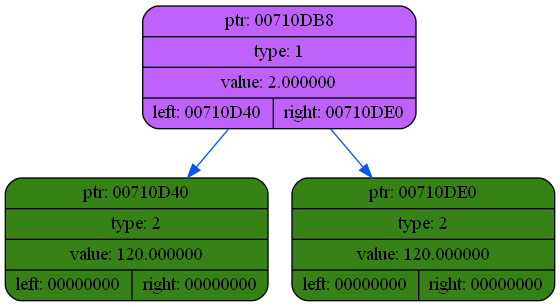
Earlier version of the Graphviz export dump/dump2.png (coffee8cat/differentiator). Its source is kept beside it as dump/dump2.dot.
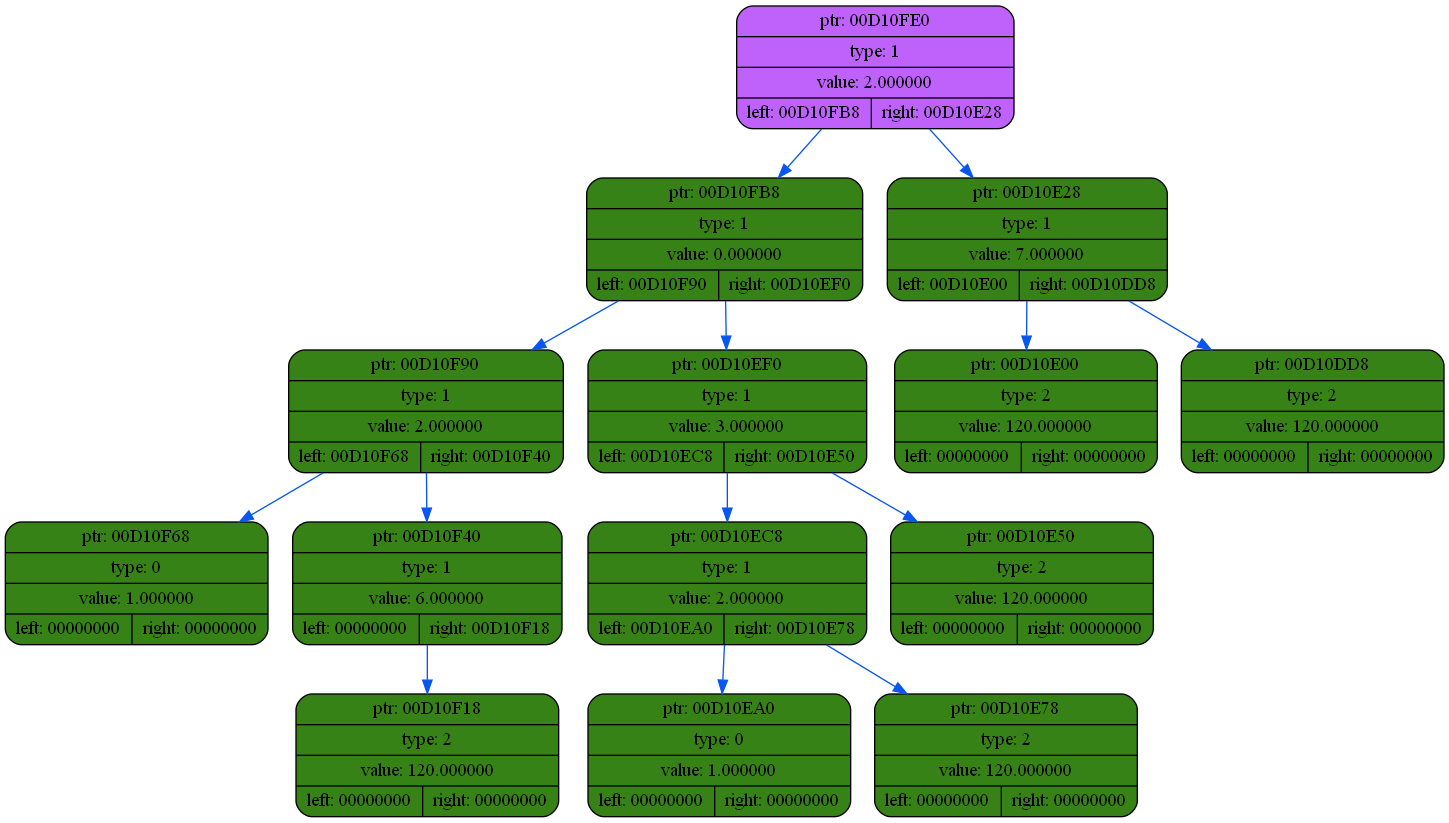
After the commit.

Change to the diagram source:
```diff
@@ -2,9 +2,31 @@
 {
     rankdir=TP
 
-        node00710DB8[shape=record,style="rounded,filled",fillcolor="#BF62FC",label="{ ptr: 00710DB8 | type: 1 | value: 2.000000| { left: 00710D40 | right: 00710DE0 }}"];
-    node00710DB8 -> node00710D40[color="#0855F0"]
-    node00710D40[shape=record,style="rounded,filled",fillcolor="#378217",label="{ ptr: 00710D40 | type: 2 | value: 120.000000| { left: 00000000 | right: 00000000 }}"];
-    node00710DB8 -> node00710DE0[color="#0855F0"]
-    node00710DE0[shape=record,style="rounded,filled",fillcolor="#378217",label="{ ptr: 00710DE0 | type: 2 | value: 120.000000| { left: 00000000 | right: 00000000 }}"];
+        node00D10FE0[shape=record,style="rounded,filled",fillcolor="#BF62FC",label="{ ptr: 00D10FE0 | type: 1 | value: 2.000000| { left: 00D10FB8 | right: 00D10E28 }}"];
+    node00D10FE0 -> node00D10FB8[color="#0855F0"]
+    node00D10FB8[shape=record,style="rounded,filled",fillcolor="#378217",label="{ ptr: 00D10FB8 | type: 1 | value: 0.000000| { left: 00D10F90 | right: 00D10EF0 }}"];
+    node00D10FB8 -> node00D10F90[color="#0855F0"]
+    node00D10F90[shape=record,style="rounded,filled",fillcolor="#378217",label="{ ptr: 00D10F90 | type: 1 | value: 2.000000| { left: 00D10F68 | right: 00D10F40 }}"];
+    node00D10F90 -> node00D10F68[color="#0855F0"]
+    node00D10F68[shape=record,style="rounded,filled",fillcolor="#378217",label="{ ptr: 00D10F68 | type: 0 | value: 1.000000| { left: 00000000 | right: 00000000 }}"];
+    node00D10F90 -> node00D10F40[color="#0855F0"]
+    node00D10F40[shape=record,style="rounded,filled",fillcolor="#378217",label="{ ptr: 00D10F40 | type: 1 | value: 6.000000| { left: 00000000 | right: 00D10F18 }}"];
+    node00D10F40 -> node00D10F18[color="#0855F0"]
+    node00D10F18[shape=record,style="rounded,filled",fillcolor="#378217",label="{ ptr: 00D10F18 | type: 2 | value: 120.000000| { left: 00000000 | right: 00000000 }}"];
+    node00D10FB8 -> node00D10EF0[color="#0855F0"]
+    node00D10EF0[shape=record,style="rounded,filled",fillcolor="#378217",label="{ ptr: 00D10EF0 | type: 1 | value: 3.000000| { left: 00D10EC8 | right: 00D10E50 }}"];
+    node00D10EF0 -> node00D10EC8[color="#0855F0"]
+    node00D10EC8[shape=record,style="rounded,filled",fillcolor="#378217",label="{ ptr: 00D10EC8 | type: 1 | value: 2.000000| { left: 00D10EA0 | right: 00D10E78 }}"];
+    node00D10EC8 -> node00D10EA0[color="#0855F0"]
+    node00D10EA0[shape=record,style="rounded,filled",fillcolor="#378217",label="{ ptr: 00D10EA0 | type: 0 | value: 1.000000| { left: 00000000 | right: 00000000 }}"];
+    node00D10EC8 -> node00D10E78[color="#0855F0"]
+    node00D10E78[shape=record,style="rounded,filled",fillcolor="#378217",label="{ ptr: 00D10E78 | type: 2 | value: 120.000000| { left: 00000000 | right: 00000000 }}"];
+    node00D10EF0 -> node00D10E50[color="#0855F0"]
+    node00D10E50[shape=record,style="rounded,filled",fillcolor="#378217",label="{ ptr: 00D10E50 | type: 2 | value: 120.000000| { left: 00000000 | right: 00000000 }}"];
+    node00D10FE0 -> node00D10E28[color="#0855F0"]
+    node00D10E28[shape=record,style="rounded,filled",fillcolor="#378217",label="{ ptr: 00D10E28 | type: 1 | value: 7.000000| { left: 00D10E00 | right: 00D10DD8 }}"];
+    node00D10E28 -> node00D10E00[color="#0855F0"]
+    node00D10E00[shape=record,style="rounded,filled",fillcolor="#378217",label="{ ptr: 00D10E00 | type: 2 | value: 120.000000| { left: 00000000 | right: 00000000 }}"];
+    node00D10E28 -> node00D10DD8[color="#0855F0"]
+    node00D10DD8[shape=record,style="rounded,filled",fillcolor="#378217",label="{ ptr: 00D10DD8 | type: 2 | value: 120.000000| { left: 00000000 | right: 00000000 }}"];
 }
```
